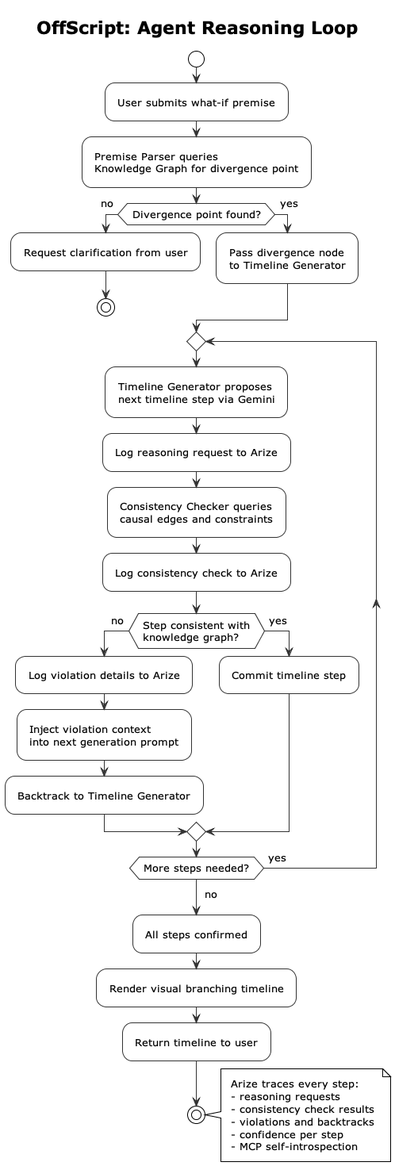
This is docs/diagrams/exported/05_agent_reasoning_loop.png from MohammedPathariya/offscript, a PlantUML export, as it was before one commit. The source it was exported from:
```plantuml
@startuml 05_agent_reasoning_loop
!theme plain
skinparam ranksep 100
skinparam nodesep 80
skinparam defaultFontSize 13
skinparam padding 6

skinparam activity {
    BackgroundColor White
    BorderColor #333333
    ArrowColor #333333
    DiamondBackgroundColor White
    DiamondBorderColor #333333
}

title OffScript: Agent Reasoning Loop

start

:User submits what-if premise;

:Premise Parser queries\nKnowledge Graph for divergence point;

if (Divergence point found?) then (no)
    :Request clarification from user;
    stop
else (yes)
    :Pass divergence node\nto Timeline Generator;
endif

repeat
    :Timeline Generator proposes\nnext timeline step via Gemini;
    :Log reasoning request to Arize;

    :Consistency Checker queries\ncausal edges and constraints;
    :Log consistency check to Arize;

    if (Step consistent with\nknowledge graph?) then (no)
        :Log violation details to Arize;
        :Inject violation context\ninto next generation prompt;
        :Backtrack to Timeline Generator;
    else (yes)
        :Commit timeline step;
    endif

repeat while (More steps needed?) is (yes)
-> no;

:All steps confirmed;
:Render visual branching timeline;
:Return timeline to user;

stop

note right
    Arize traces every step:
    - reasoning requests
    - consistency check results
    - violations and backtracks
    - confidence per step
    - MCP self-introspection
end note

@enduml
```
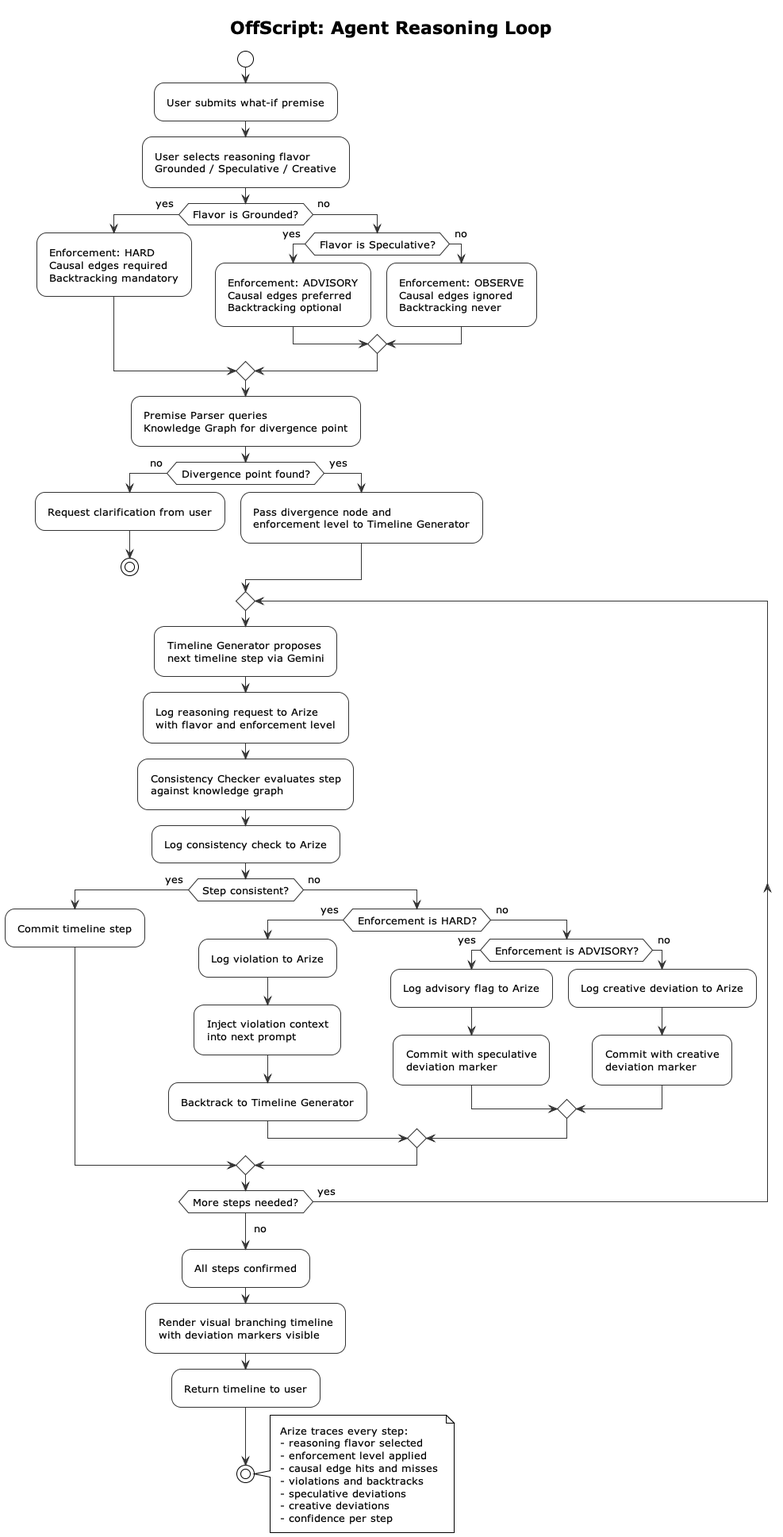
The same file after the commit.

Commit message:
feat: update agent reasoning loop diagram and docs for three reasoning flavors

What changed in the source:
```diff
@@ -18,6 +18,17 @@
 start
 
 :User submits what-if premise;
+:User selects reasoning flavor\nGrounded / Speculative / Creative;
+
+if (Flavor is Grounded?) then (yes)
+    :Enforcement: HARD\nCausal edges required\nBacktracking mandatory;
+else (no)
+    if (Flavor is Speculative?) then (yes)
+        :Enforcement: ADVISORY\nCausal edges preferred\nBacktracking optional;
+    else (no)
+        :Enforcement: OBSERVE\nCausal edges ignored\nBacktracking never;
+    endif
+endif
 
 :Premise Parser queries\nKnowledge Graph for divergence point;
 
@@ -25,40 +36,52 @@
     :Request clarification from user;
     stop
 else (yes)
-    :Pass divergence node\nto Timeline Generator;
+    :Pass divergence node and\nenforcement level to Timeline Generator;
 endif
 
 repeat
     :Timeline Generator proposes\nnext timeline step via Gemini;
-    :Log reasoning request to Arize;
+    :Log reasoning request to Arize\nwith flavor and enforcement level;
 
-    :Consistency Checker queries\ncausal edges and constraints;
+    :Consistency Checker evaluates step\nagainst knowledge graph;
     :Log consistency check to Arize;
 
-    if (Step consistent with\nknowledge graph?) then (no)
-        :Log violation details to Arize;
-        :Inject violation context\ninto next generation prompt;
-        :Backtrack to Timeline Generator;
-    else (yes)
+    if (Step consistent?) then (yes)
         :Commit timeline step;
+    else (no)
+        if (Enforcement is HARD?) then (yes)
+            :Log violation to Arize;
+            :Inject violation context\ninto next prompt;
+            :Backtrack to Timeline Generator;
+        else (no)
+            if (Enforcement is ADVISORY?) then (yes)
+                :Log advisory flag to Arize;
+                :Commit with speculative\ndeviation marker;
+            else (no)
+                :Log creative deviation to Arize;
+                :Commit with creative\ndeviation marker;
+            endif
+        endif
     endif
 
 repeat while (More steps needed?) is (yes)
 -> no;
 
 :All steps confirmed;
-:Render visual branching timeline;
+:Render visual branching timeline\nwith deviation markers visible;
 :Return timeline to user;
 
 stop
 
 note right
     Arize traces every step:
-    - reasoning requests
-    - consistency check results
+    - reasoning flavor selected
+    - enforcement level applied
+    - causal edge hits and misses
     - violations and backtracks
+    - speculative deviations
+    - creative deviations
     - confidence per step
-    - MCP self-introspection
 end note
 
 @enduml
```
